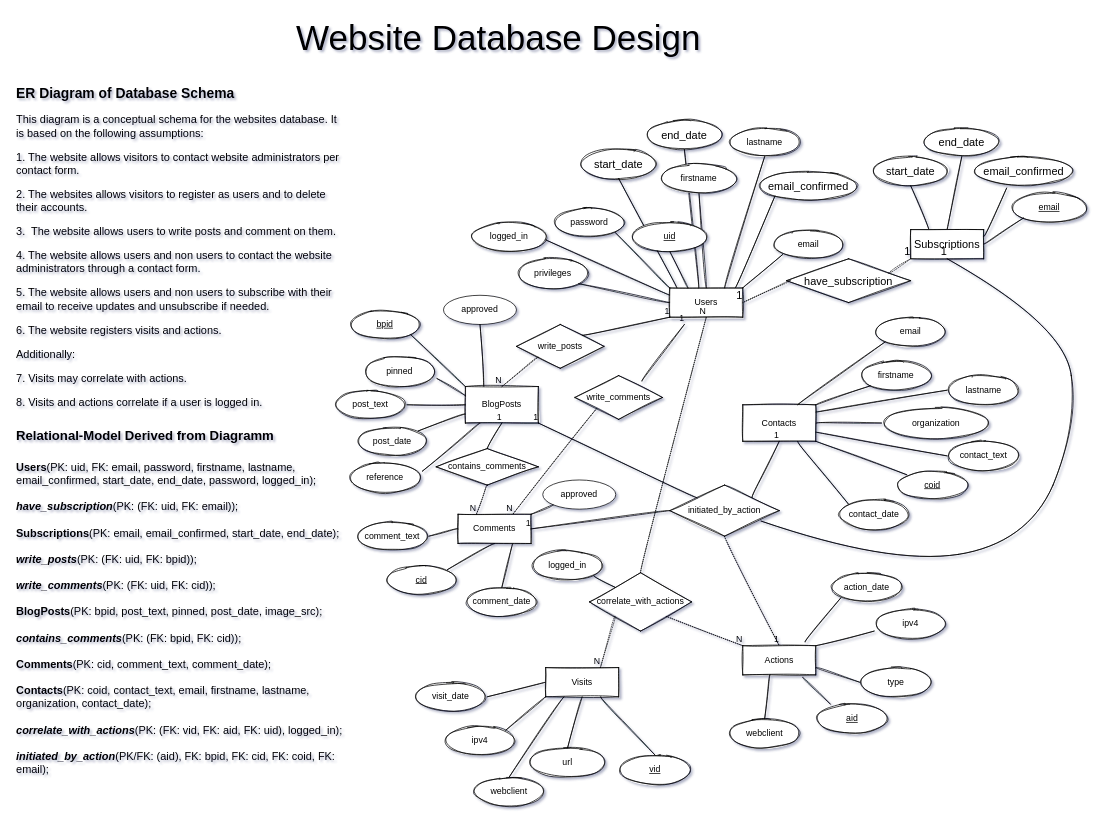
colinhex/website keeps this draw.io diagram as website/db/design/schema_v01.drawio. Above is the earlier version. Source tidied: cells renumbered, new cells numbered last; positions are measured from the earlier drawing's top-left corner, leaving out a move shared by most shapes. Both pictures are drawn from the tidied source at 73%, with x=0, y=0 at pixel (12, 12).
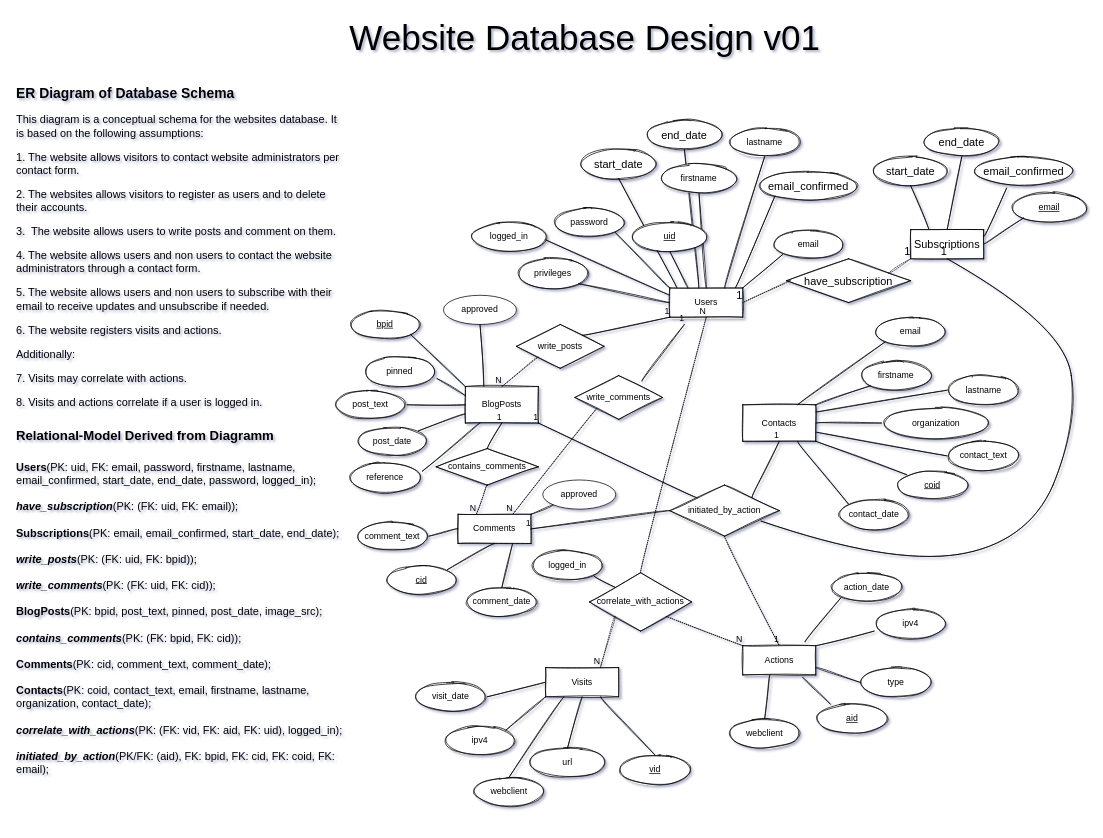
After the change.

What changed in the source:
```diff
@@
-    <mxCell id="129" value="&lt;font style=&quot;font-size: 48px&quot;&gt;Website Database Design&lt;/font&gt;" style="text;html=1;strokeColor=none;fillColor=none;align=center;verticalAlign=middle;whiteSpace=wrap;rounded=0;sketch=1;" parent="1" vertex="1">
-      <mxGeometry x="365" width="601" height="68" as="geometry" />
+    <mxCell id="129" value="&lt;font style=&quot;font-size: 48px&quot;&gt;Website Database Design v01&amp;nbsp;&lt;/font&gt;" style="text;html=1;strokeColor=none;fillColor=none;align=center;verticalAlign=middle;whiteSpace=wrap;rounded=0;sketch=1;" parent="1" vertex="1">
+      <mxGeometry x="365" width="851" height="68" as="geometry" />
     </mxCell>
```
